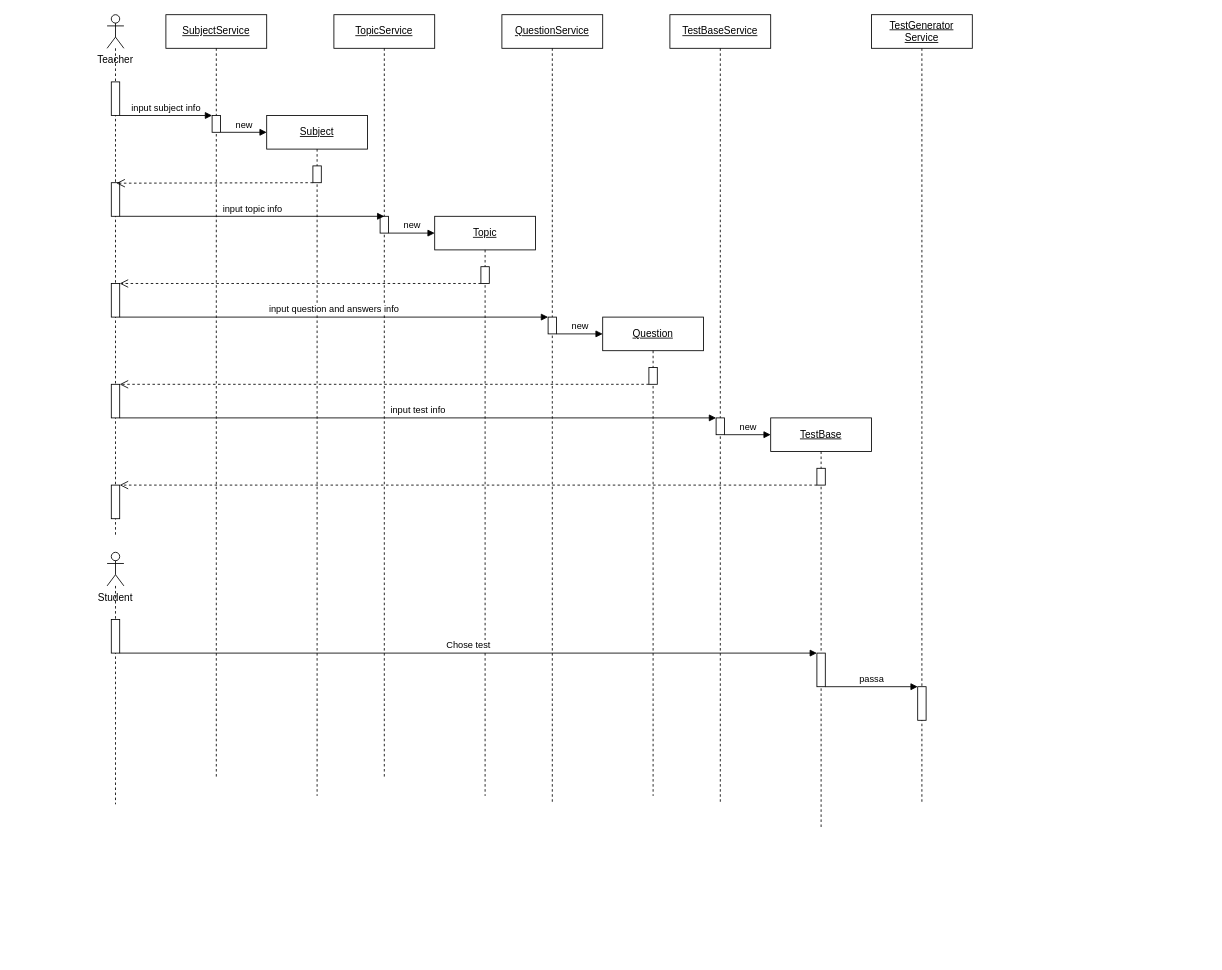
Above: UML/ForceTesting_Sequence.drawio in F0rsV/ForceTestingService (draw.io), before the change. Source tidied: cells renumbered, new cells numbered last; positions are measured from the earlier drawing's top-left corner, leaving out a move shared by most shapes. Both pictures are drawn from the tidied source at 84%, with x=0, y=0 at pixel (81, 14).
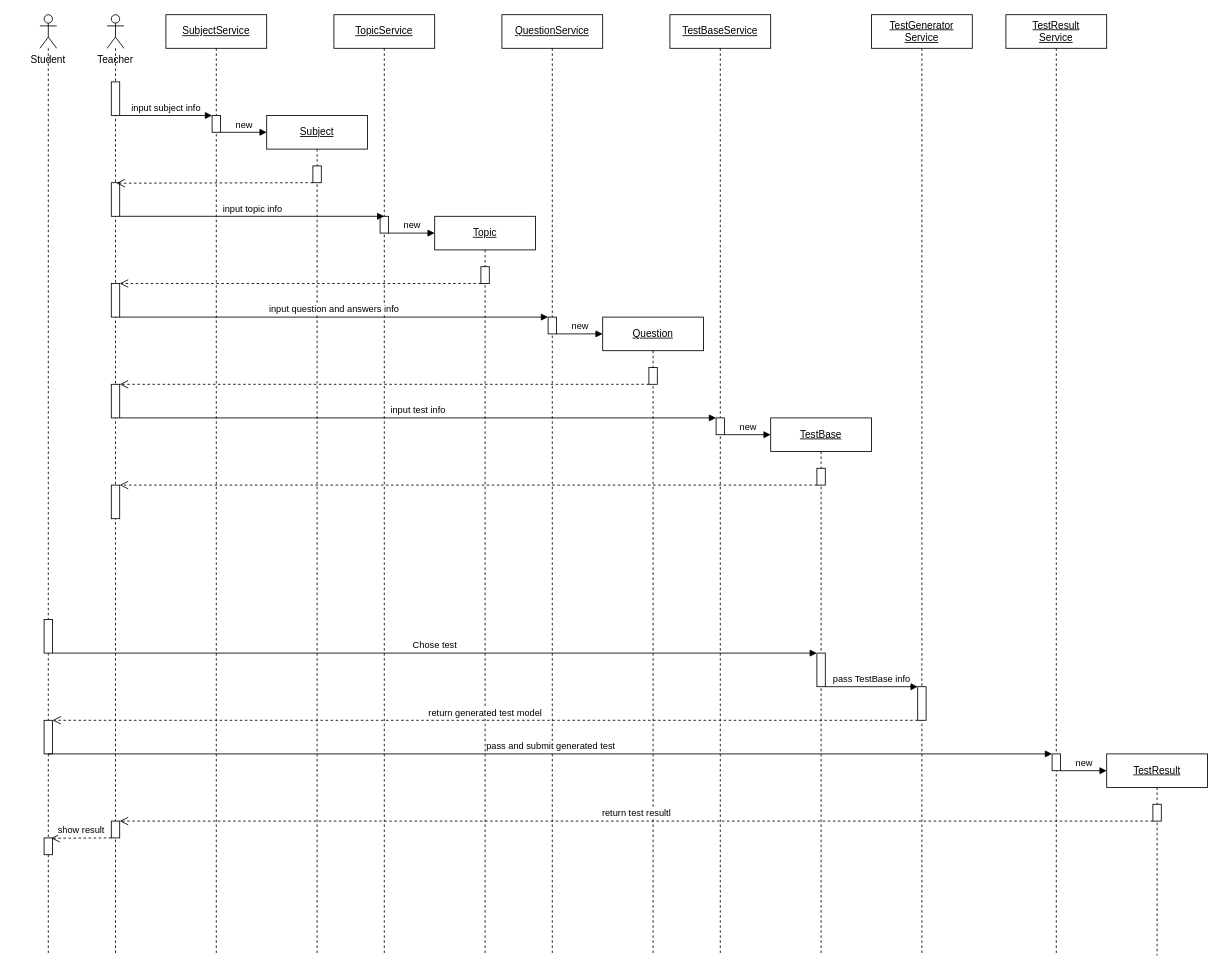
The same diagram, later.

Unchanged cells that the change refers to:
```xml
<mxCell id="33" style="html=1;points=[];perimeter=orthogonalPerimeter;" parent="32" vertex="1">
  <mxGeometry x="55" y="800" width="10" height="40" as="geometry" />
</mxCell>
<mxCell id="37" style="html=1;points=[];perimeter=orthogonalPerimeter;" parent="35" vertex="1">
  <mxGeometry x="55" y="280" width="10" height="40" as="geometry" />
</mxCell>
```

Diff of the diagram source:
```diff
@@
     <mxCell id="2" style="shape=umlLifeline;participant=umlActor;perimeter=lifelinePerimeter;whiteSpace=wrap;html=1;verticalAlign=top;spacingTop=36;" parent="1" vertex="1">
-      <mxGeometry x="30" width="20" height="620" as="geometry" />
+      <mxGeometry x="30" width="20" height="1120" as="geometry" />
     </mxCell>
@@
+    <mxCell id="45" style="html=1;points=[];perimeter=orthogonalPerimeter;" parent="2" vertex="1">
+      <mxGeometry x="5" y="960" width="10" height="20" as="geometry" />
+    </mxCell>
     <mxCell id="8" value="&lt;u&gt;SubjectService&lt;/u&gt;" style="shape=umlLifeline;perimeter=lifelinePerimeter;whiteSpace=wrap;html=1;" parent="1" vertex="1">
-      <mxGeometry x="100" width="120" height="910" as="geometry" />
+      <mxGeometry x="100" width="120" height="1120" as="geometry" />
     </mxCell>
@@
     <mxCell id="10" value="&lt;u&gt;TopicService&lt;/u&gt;" style="shape=umlLifeline;perimeter=lifelinePerimeter;whiteSpace=wrap;html=1;" parent="1" vertex="1">
-      <mxGeometry x="300" width="120" height="910" as="geometry" />
+      <mxGeometry x="300" width="120" height="1120" as="geometry" />
     </mxCell>
@@
     <mxCell id="12" value="&lt;u&gt;QuestionService&lt;/u&gt;" style="shape=umlLifeline;perimeter=lifelinePerimeter;whiteSpace=wrap;html=1;" parent="1" vertex="1">
-      <mxGeometry x="500" width="120" height="940" as="geometry" />
+      <mxGeometry x="500" width="120" height="1120" as="geometry" />
     </mxCell>
@@
     <mxCell id="16" value="&lt;u&gt;Subject&lt;/u&gt;" style="shape=umlLifeline;perimeter=lifelinePerimeter;whiteSpace=wrap;html=1;" parent="1" vertex="1">
-      <mxGeometry x="220" y="120" width="120" height="810" as="geometry" />
+      <mxGeometry x="220" y="120" width="120" height="1000" as="geometry" />
     </mxCell>
@@
     <mxCell id="21" value="&lt;u&gt;TestBaseService&lt;/u&gt;" style="shape=umlLifeline;perimeter=lifelinePerimeter;whiteSpace=wrap;html=1;" parent="1" vertex="1">
-      <mxGeometry x="700" width="120" height="940" as="geometry" />
+      <mxGeometry x="700" width="120" height="1120" as="geometry" />
     </mxCell>
@@
     <mxCell id="24" value="&lt;u&gt;Topic&lt;/u&gt;" style="shape=umlLifeline;perimeter=lifelinePerimeter;whiteSpace=wrap;html=1;" parent="1" vertex="1">
-      <mxGeometry x="420" y="240" width="120" height="690" as="geometry" />
+      <mxGeometry x="420" y="240" width="120" height="880" as="geometry" />
     </mxCell>
@@
     <mxCell id="28" value="&lt;u&gt;Question&lt;/u&gt;" style="shape=umlLifeline;perimeter=lifelinePerimeter;whiteSpace=wrap;html=1;" parent="1" vertex="1">
-      <mxGeometry x="620" y="360" width="120" height="570" as="geometry" />
+      <mxGeometry x="620" y="360" width="120" height="760" as="geometry" />
     </mxCell>
@@
     <mxCell id="32" value="&lt;u&gt;TestGenerator&lt;br&gt;Service&lt;/u&gt;" style="shape=umlLifeline;perimeter=lifelinePerimeter;whiteSpace=wrap;html=1;" parent="1" vertex="1">
-      <mxGeometry x="940" width="120" height="940" as="geometry" />
+      <mxGeometry x="940" width="120" height="1120" as="geometry" />
     </mxCell>
@@
     <mxCell id="35" value="&lt;u&gt;TestBase&lt;/u&gt;" style="shape=umlLifeline;perimeter=lifelinePerimeter;whiteSpace=wrap;html=1;" parent="1" vertex="1">
-      <mxGeometry x="820" y="480" width="120" height="490" as="geometry" />
+      <mxGeometry x="820" y="480" width="120" height="640" as="geometry" />
     </mxCell>
@@
     <mxCell id="40" style="shape=umlLifeline;participant=umlActor;perimeter=lifelinePerimeter;whiteSpace=wrap;html=1;verticalAlign=top;spacingTop=36;outlineConnect=0;" parent="1" vertex="1">
-      <mxGeometry x="30" y="640" width="20" height="300" as="geometry" />
+      <mxGeometry x="-50" width="20" height="1120" as="geometry" />
     </mxCell>
     <mxCell id="41" style="html=1;points=[];perimeter=orthogonalPerimeter;" parent="40" vertex="1">
-      <mxGeometry x="5" y="80" width="10" height="40" as="geometry" />
+      <mxGeometry x="5" y="720" width="10" height="40" as="geometry" />
     </mxCell>
+    <mxCell id="46" style="html=1;points=[];perimeter=orthogonalPerimeter;" parent="40" vertex="1">
+      <mxGeometry x="5" y="840" width="10" height="40" as="geometry" />
+    </mxCell>
+    <mxCell id="47" style="html=1;points=[];perimeter=orthogonalPerimeter;" parent="40" vertex="1">
+      <mxGeometry x="5" y="980" width="10" height="20" as="geometry" />
+    </mxCell>
     <mxCell id="42" value="Student" style="text;align=center;fontStyle=0;verticalAlign=middle;spacingLeft=3;spacingRight=3;strokeColor=none;" parent="1" vertex="1">
-      <mxGeometry y="680" width="80" height="26" as="geometry" />
+      <mxGeometry x="-80" y="40" width="80" height="26" as="geometry" />
     </mxCell>
@@
-    <mxCell id="44" value="passa" style="html=1;verticalAlign=bottom;endArrow=block;" parent="1" edge="1" source="37" target="33">
+    <mxCell id="44" value="pass TestBase info" style="html=1;verticalAlign=bottom;endArrow=block;" parent="1" edge="1" source="37" target="33">
       <mxGeometry relative="1" as="geometry" />
     </mxCell>
+    <mxCell id="48" value="&lt;u&gt;TestResult&lt;br&gt;Service&lt;/u&gt;" style="shape=umlLifeline;perimeter=lifelinePerimeter;whiteSpace=wrap;html=1;" parent="1" vertex="1">
+      <mxGeometry x="1100" width="120" height="1120" as="geometry" />
+    </mxCell>
+    <mxCell id="49" style="html=1;points=[];perimeter=orthogonalPerimeter;" parent="48" vertex="1">
+      <mxGeometry x="55" y="880" width="10" height="20" as="geometry" />
+    </mxCell>
+    <mxCell id="50" value="pass and submit generated test" style="html=1;verticalAlign=bottom;endArrow=block;" parent="1" edge="1" source="40" target="49">
+      <mxGeometry relative="1" as="geometry" />
+    </mxCell>
+    <mxCell id="51" value="return generated test model" style="html=1;verticalAlign=bottom;endArrow=open;dashed=1;endSize=8;" parent="1" edge="1" source="33" target="46">
+      <mxGeometry relative="1" as="geometry" />
+    </mxCell>
+    <mxCell id="52" value="new" style="html=1;verticalAlign=bottom;endArrow=block;" parent="1" edge="1" source="49">
+      <mxGeometry relative="1" as="geometry">
+        <mxPoint x="1220" y="900" as="targetPoint" />
+      </mxGeometry>
+    </mxCell>
+    <mxCell id="53" value="&lt;u&gt;TestResult&lt;/u&gt;" style="shape=umlLifeline;perimeter=lifelinePerimeter;whiteSpace=wrap;html=1;" parent="1" vertex="1">
+      <mxGeometry x="1220" y="880" width="120" height="240" as="geometry" />
+    </mxCell>
+    <mxCell id="54" style="html=1;points=[];perimeter=orthogonalPerimeter;" parent="53" vertex="1">
+      <mxGeometry x="55" y="60" width="10" height="20" as="geometry" />
+    </mxCell>
+    <mxCell id="55" value="return test resultl" style="html=1;verticalAlign=bottom;endArrow=open;dashed=1;endSize=8;" parent="1" edge="1" source="54" target="45">
+      <mxGeometry relative="1" as="geometry" />
+    </mxCell>
+    <mxCell id="56" value="show result" style="html=1;verticalAlign=bottom;endArrow=open;dashed=1;endSize=8;entryX=0.848;entryY=0.021;entryDx=0;entryDy=0;entryPerimeter=0;" parent="1" edge="1" source="45" target="47">
+      <mxGeometry relative="1" as="geometry" />
+    </mxCell>
```
